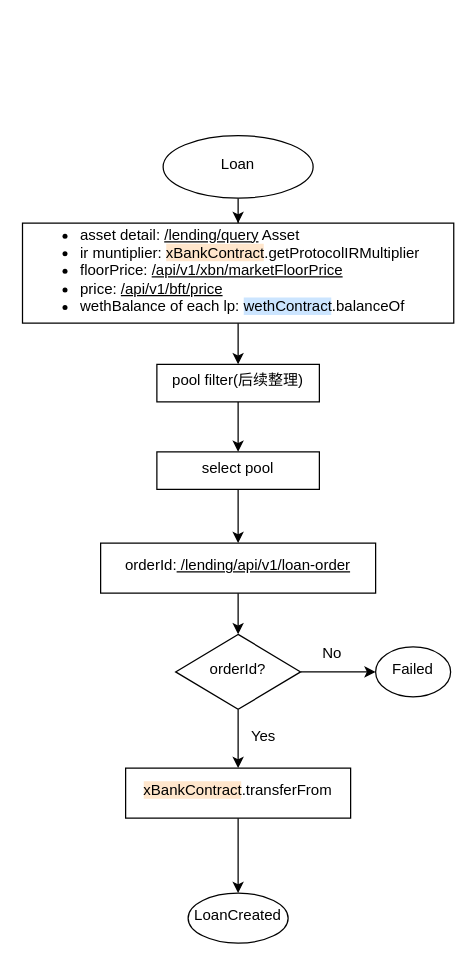
Above: loan.drawio in xbank-xiexueni/xbn (draw.io), before the change. Source tidied: cells renumbered, new cells numbered last; positions are measured from the earlier drawing's top-left corner, leaving out a move shared by most shapes. Both pictures are drawn from the tidied source at 125%, with x=0, y=0 at pixel (22, 135).
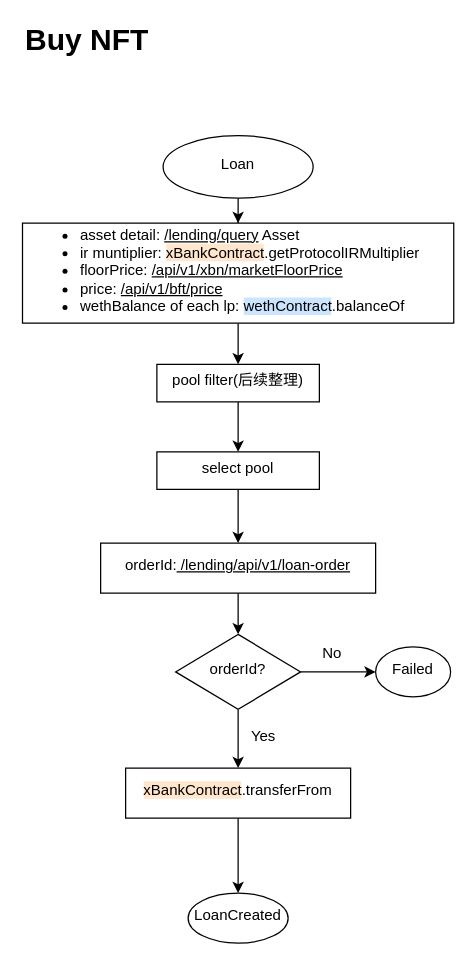
The same page after the edit.

What changed in the source:
```diff
@@
+    <mxCell id="21" value="Buy NFT" style="text;html=1;align=left;verticalAlign=middle;whiteSpace=wrap;rounded=0;fontSize=24;fontStyle=1;" parent="1" vertex="1">
+      <mxGeometry x="-0.5" y="-91" width="330" height="30" as="geometry" />
+    </mxCell>
```
